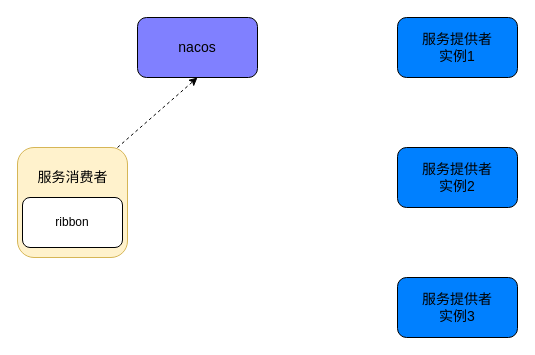
Earlier version of the draw.io diagram page "第 1 页" (1 of 2) of 负载均衡.drawio (goylsf/image). Source tidied: cells renumbered, new cells numbered last; positions are measured from the earlier drawing's top-left corner, leaving out a move shared by most shapes. Both pictures are drawn from the tidied source at 100%, with x=0, y=0 at pixel (17, 17).
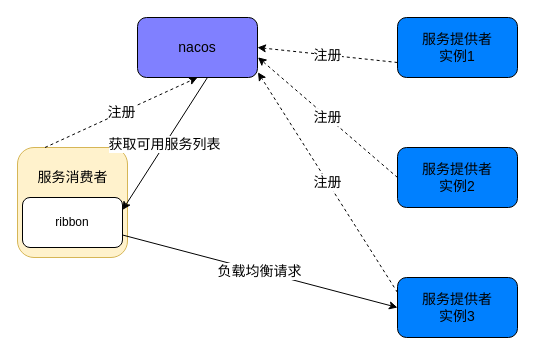
Above is the later version.

Commit message (it also covers changes not shown here):
更新负载均衡.drawio

The edit, as a diff of the source:
```diff
@@
 <mxGraphModel>
   <root>
     <mxCell id="0" />
     <mxCell id="1" parent="0" />
     <mxCell id="2" value="服务提供者&lt;br style=&quot;border-color: var(--border-color); font-size: 14px;&quot;&gt;实例2" style="rounded=1;whiteSpace=wrap;html=1;fillColor=#0080ff;fontSize=14;" parent="1" vertex="1">
       <mxGeometry x="380" y="130" width="120" height="60" as="geometry" />
     </mxCell>
     <mxCell id="3" value="&lt;font style=&quot;font-size: 14px;&quot;&gt;服务提供者&lt;br&gt;实例1&lt;/font&gt;" style="rounded=1;whiteSpace=wrap;html=1;fillColor=#0080ff;" parent="1" vertex="1">
       <mxGeometry x="380" width="120" height="60" as="geometry" />
     </mxCell>
     <mxCell id="4" value="服务提供者&lt;br style=&quot;border-color: var(--border-color); font-size: 14px;&quot;&gt;实例3" style="rounded=1;whiteSpace=wrap;html=1;fillColor=#0080ff;fontSize=14;" parent="1" vertex="1">
       <mxGeometry x="380" y="260" width="120" height="60" as="geometry" />
     </mxCell>
     <mxCell id="5" value="nacos" style="rounded=1;whiteSpace=wrap;html=1;fillColor=#8080ff;fontSize=14;" parent="1" vertex="1">
       <mxGeometry x="120" width="120" height="60" as="geometry" />
     </mxCell>
     <mxCell id="6" style="whiteSpace=wrap;html=1;fillColor=#fff2cc;rounded=1;strokeColor=#d6b656;" parent="1" vertex="1">
       <mxGeometry y="130" width="110" height="110" as="geometry" />
     </mxCell>
     <mxCell id="7" value="ribbon" style="rounded=1;whiteSpace=wrap;html=1;" parent="1" vertex="1">
       <mxGeometry x="5" y="180" width="100" height="50" as="geometry" />
     </mxCell>
     <mxCell id="8" value="服务消费者" style="text;strokeColor=none;fillColor=none;html=1;fontSize=14;fontStyle=0;verticalAlign=middle;align=center;" parent="1" vertex="1">
       <mxGeometry x="5" y="140" width="100" height="40" as="geometry" />
     </mxCell>
-    <mxCell id="9" style="endArrow=classic;html=1;rounded=0;fontSize=14;entryX=0.5;entryY=1;entryDx=0;entryDy=0;dashed=1;" parent="1" edge="1" target="5">
-      <mxGeometry relative="1" as="geometry">
-        <mxPoint x="100" y="130" as="sourcePoint" />
-      </mxGeometry>
+    <mxCell id="9" value="注册" style="endArrow=classic;html=1;rounded=0;fontSize=14;entryX=0.5;entryY=1;entryDx=0;entryDy=0;dashed=1;exitX=0.25;exitY=0;exitDx=0;exitDy=0;" parent="1" edge="1" source="6" target="5">
+      <mxGeometry relative="1" as="geometry" />
     </mxCell>
+    <mxCell id="10" value="注册" style="endArrow=classic;html=1;rounded=0;fontSize=14;entryX=1;entryY=0.5;entryDx=0;entryDy=0;dashed=1;exitX=0;exitY=0.75;exitDx=0;exitDy=0;" parent="1" edge="1" source="3" target="5">
+      <mxGeometry relative="1" as="geometry" />
+    </mxCell>
+    <mxCell id="11" value="注册" style="endArrow=classic;html=1;rounded=0;fontSize=14;entryX=1.004;entryY=0.664;entryDx=0;entryDy=0;dashed=1;exitX=0;exitY=0.5;exitDx=0;exitDy=0;entryPerimeter=0;" parent="1" edge="1" source="2" target="5">
+      <mxGeometry relative="1" as="geometry" />
+    </mxCell>
+    <mxCell id="12" value="注册" style="endArrow=classic;html=1;rounded=0;fontSize=14;entryX=1.004;entryY=0.914;entryDx=0;entryDy=0;dashed=1;exitX=0;exitY=0.25;exitDx=0;exitDy=0;entryPerimeter=0;" parent="1" edge="1" source="4" target="5">
+      <mxGeometry relative="1" as="geometry" />
+    </mxCell>
+    <mxCell id="13" value="获取可用服务列表" style="endArrow=classic;html=1;rounded=0;fontSize=14;exitX=0.583;exitY=1;exitDx=0;exitDy=0;exitPerimeter=0;entryX=1;entryY=0.25;entryDx=0;entryDy=0;" parent="1" edge="1" source="5" target="7">
+      <mxGeometry relative="1" as="geometry" />
+    </mxCell>
+    <mxCell id="14" value="负载均衡请求" style="endArrow=classic;html=1;rounded=0;fontSize=14;exitX=1;exitY=0.75;exitDx=0;exitDy=0;entryX=0;entryY=0.5;entryDx=0;entryDy=0;" parent="1" edge="1" source="7" target="4">
+      <mxGeometry relative="1" as="geometry" />
+    </mxCell>
   </root>
 </mxGraphModel>
```
